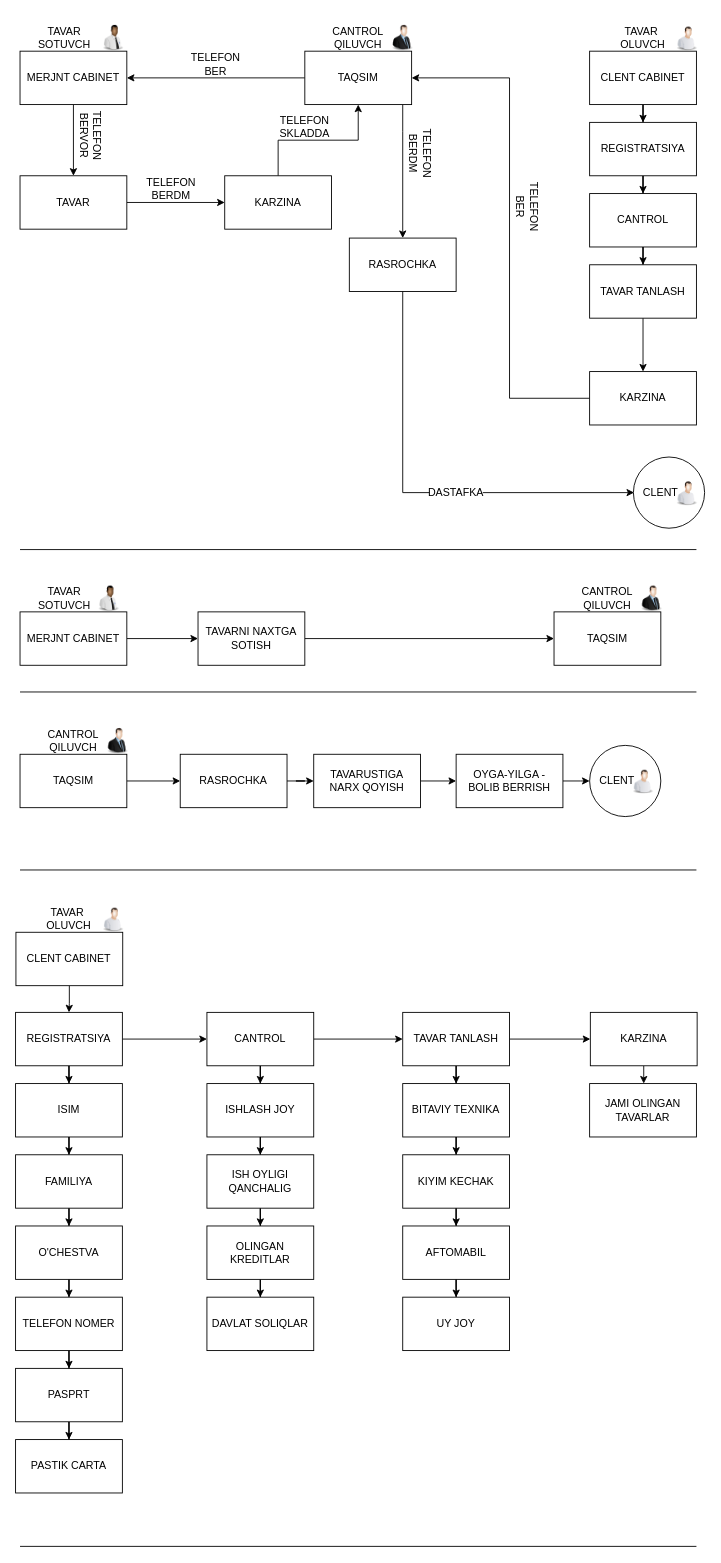
Bunyod1202/Home-page keeps this draw.io diagram as Untitled Diagram.drawio. Above is the earlier version. Source tidied: cells renumbered, new cells numbered last; positions are measured from the earlier drawing's top-left corner, leaving out a move shared by most shapes. Both pictures are drawn from the tidied source at 89%, with x=0, y=0 at pixel (15, 15).
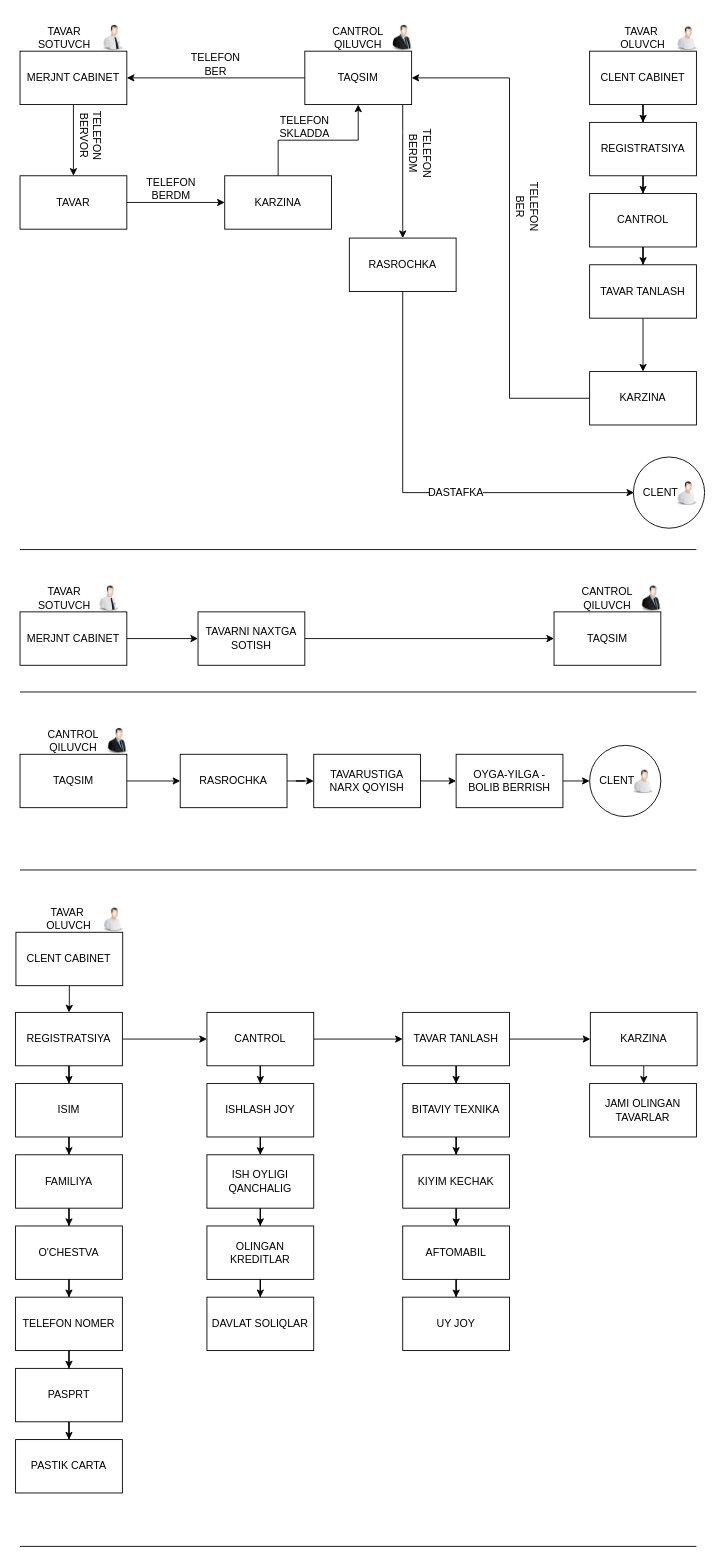
Above is the later version.

What changed in the source:
```diff
@@
-    <mxCell id="49" style="image;html=1;image=img/lib/clip_art/people/Tech_Man_Black_128x128.png;" parent="1" vertex="1">
-      <mxGeometry x="90" y="630" width="30" height="50" as="geometry" />
-    </mxCell>
-    <mxCell id="50" style="image;html=1;image=img/lib/clip_art/people/Tech_Man_Black_128x128.png;" parent="1" vertex="1">
-      <mxGeometry x="95" width="30" height="50" as="geometry" />
-    </mxCell>
@@
+    <mxCell id="108" style="image;html=1;image=img/lib/clip_art/people/Tech_Man_128x128.png;" parent="1" vertex="1">
+      <mxGeometry x="89.6" y="10" width="40" height="30" as="geometry" />
+    </mxCell>
+    <mxCell id="109" style="image;html=1;image=img/lib/clip_art/people/Tech_Man_128x128.png;" parent="1" vertex="1">
+      <mxGeometry x="85" y="640" width="40" height="30" as="geometry" />
+    </mxCell>
```
